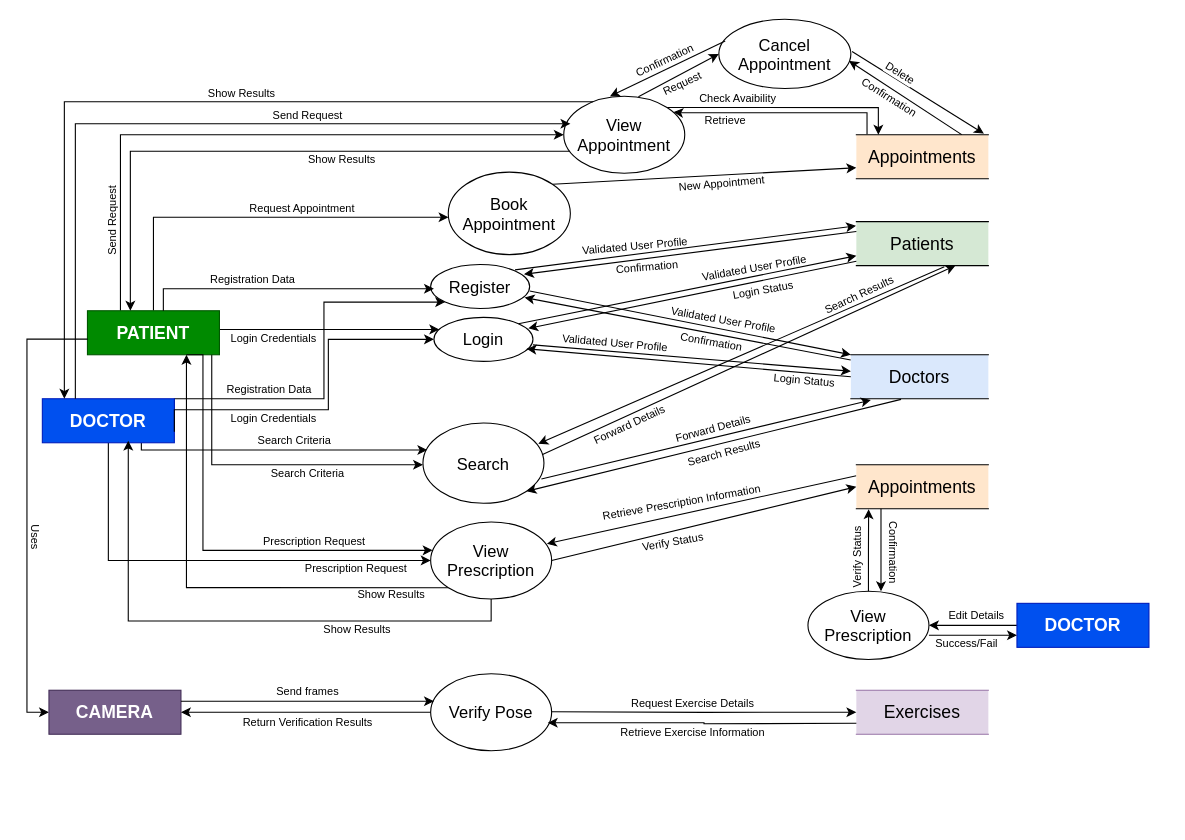
Above: FIGURES/LVL1.drawio in KshavCode/Therapease (draw.io), before the change. Source tidied: cells renumbered, new cells numbered last; positions are measured from the earlier drawing's top-left corner, leaving out a move shared by most shapes. Both pictures are drawn from the tidied source at 110%, with x=0, y=0 at pixel (26, 19).
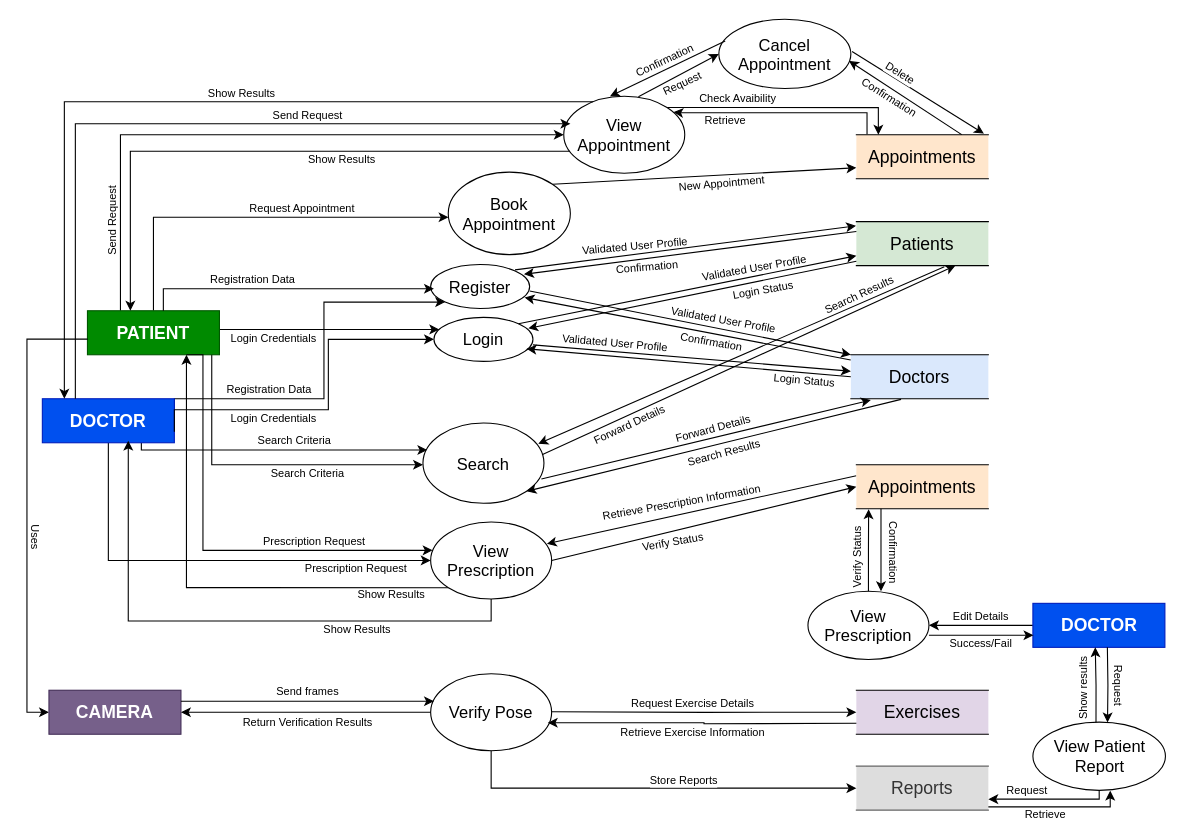
The same diagram, later.

Commit message (it also covers changes not shown here):
Changes in LVL0 (incomplete) and LVL1 diagrams

The change refers to these unchanged cells:
```xml
<mxCell id="89" value="&lt;span style=&quot;font-size: 15px;&quot;&gt;Verify Pose&lt;/span&gt;" style="ellipse;whiteSpace=wrap;html=1;" parent="1" vertex="1">
  <mxGeometry x="367" y="595" width="110" height="70" as="geometry" />
</mxCell>
```

What changed in the source:
```diff
@@
-    <mxCell id="88" value="&lt;font style=&quot;font-size: 16px;&quot;&gt;Exercises&lt;/font&gt;" style="shape=partialRectangle;whiteSpace=wrap;html=1;left=0;right=0;fillColor=#e1d5e7;strokeColor=#9673a6;fillStyle=auto;fontSize=14;" parent="1" vertex="1">
+    <mxCell id="88" value="&lt;font style=&quot;font-size: 16px;&quot;&gt;Exercises&lt;/font&gt;" style="shape=partialRectangle;whiteSpace=wrap;html=1;left=0;right=0;fillColor=#e1d5e7;strokeColor=#000000;fillStyle=auto;fontSize=14;" parent="1" vertex="1">
       <mxGeometry x="754" y="610" width="120" height="40" as="geometry" />
     </mxCell>
@@
     <mxCell id="101" value="&lt;font style=&quot;font-size: 16px;&quot;&gt;&lt;b style=&quot;&quot;&gt;DOCTOR&lt;/b&gt;&lt;/font&gt;" style="rounded=0;whiteSpace=wrap;html=1;fillColor=#0050ef;fontColor=#ffffff;strokeColor=#001DBC;" parent="1" vertex="1">
-      <mxGeometry x="900" y="531" width="120" height="40" as="geometry" />
+      <mxGeometry x="914.5" y="531" width="120" height="40" as="geometry" />
     </mxCell>
@@
     <mxCell id="104" value="Edit Details" style="edgeLabel;html=1;align=center;verticalAlign=bottom;fontSize=10;labelPosition=center;verticalLabelPosition=top;textShadow=0;labelBorderColor=none;rotation=0;" parent="1" vertex="1">
-      <mxGeometry x="870" y="518" as="geometry">
+      <mxGeometry x="874" y="519" as="geometry">
         <mxPoint x="-8" y="32" as="offset" />
       </mxGeometry>
     </mxCell>
@@
-    <mxCell id="108" style="edgeStyle=orthogonalEdgeStyle;rounded=0;orthogonalLoop=1;jettySize=auto;html=1;exitX=0;exitY=0.5;exitDx=0;exitDy=0;entryX=1;entryY=0.5;entryDx=0;entryDy=0;" parent="1" edge="1">
+    <mxCell id="108" style="edgeStyle=orthogonalEdgeStyle;rounded=0;orthogonalLoop=1;jettySize=auto;html=1;exitX=0;exitY=0.5;exitDx=0;exitDy=0;" parent="1" edge="1">
       <mxGeometry relative="1" as="geometry">
         <mxPoint x="820" y="560" as="sourcePoint" />
-        <mxPoint x="900" y="560" as="targetPoint" />
-        <Array as="points">
-          <mxPoint x="900" y="560" />
-        </Array>
+        <mxPoint x="915" y="560" as="targetPoint" />
       </mxGeometry>
     </mxCell>
     <mxCell id="109" value="Success/Fail" style="edgeLabel;html=1;align=center;verticalAlign=bottom;fontSize=10;labelPosition=center;verticalLabelPosition=top;textShadow=0;labelBorderColor=none;rotation=0;" parent="1" vertex="1">
-      <mxGeometry x="861" y="543" as="geometry">
+      <mxGeometry x="874" y="543" as="geometry">
         <mxPoint x="-8" y="32" as="offset" />
       </mxGeometry>
     </mxCell>
+    <mxCell id="110" value="&lt;font style=&quot;font-size: 16px;&quot;&gt;Reports&lt;/font&gt;" style="shape=partialRectangle;whiteSpace=wrap;html=1;left=0;right=0;fillColor=#DDDDDD;strokeColor=#666666;fillStyle=auto;fontSize=14;fontColor=#333333;" parent="1" vertex="1">
+      <mxGeometry x="754" y="679" width="120" height="40" as="geometry" />
+    </mxCell>
+    <mxCell id="111" style="edgeStyle=orthogonalEdgeStyle;rounded=0;jettySize=auto;html=1;exitX=0.5;exitY=1;exitDx=0;exitDy=0;entryX=0;entryY=0.5;entryDx=0;entryDy=0;" parent="1" edge="1" source="89" target="110">
+      <mxGeometry relative="1" as="geometry" />
+    </mxCell>
+    <mxCell id="112" value="Store Reports" style="edgeLabel;html=1;align=center;verticalAlign=bottom;fontSize=10;labelPosition=center;verticalLabelPosition=top;textShadow=0;labelBorderColor=none;" parent="1" vertex="1">
+      <mxGeometry x="582" y="678" as="geometry">
+        <mxPoint x="14" y="22" as="offset" />
+      </mxGeometry>
+    </mxCell>
+    <mxCell id="113" style="edgeStyle=orthogonalEdgeStyle;rounded=0;jettySize=auto;html=1;exitX=0.476;exitY=0.019;exitDx=0;exitDy=0;entryX=0.5;entryY=1;entryDx=0;entryDy=0;exitPerimeter=0;" parent="1" edge="1" source="115">
+      <mxGeometry relative="1" as="geometry">
+        <mxPoint x="971.2" y="571" as="targetPoint" />
+      </mxGeometry>
+    </mxCell>
+    <mxCell id="114" style="edgeStyle=orthogonalEdgeStyle;rounded=0;jettySize=auto;html=1;exitX=0.5;exitY=1;exitDx=0;exitDy=0;entryX=1;entryY=0.75;entryDx=0;entryDy=0;" parent="1" edge="1" source="115" target="110">
+      <mxGeometry relative="1" as="geometry">
+        <Array as="points">
+          <mxPoint x="975" y="709" />
+        </Array>
+      </mxGeometry>
+    </mxCell>
+    <mxCell id="115" value="&lt;span style=&quot;font-size: 15px;&quot;&gt;View Patient&lt;/span&gt;&lt;div&gt;&lt;span style=&quot;font-size: 15px;&quot;&gt;Report&lt;/span&gt;&lt;/div&gt;" style="ellipse;whiteSpace=wrap;html=1;" parent="1" vertex="1">
+      <mxGeometry x="914.5" y="639" width="120.5" height="62" as="geometry" />
+    </mxCell>
+    <mxCell id="116" style="edgeStyle=orthogonalEdgeStyle;rounded=0;jettySize=auto;html=1;exitX=0.5;exitY=0;exitDx=0;exitDy=0;entryX=0.563;entryY=0.004;entryDx=0;entryDy=0;entryPerimeter=0;" parent="1" edge="1" target="115">
+      <mxGeometry relative="1" as="geometry">
+        <mxPoint x="982.2" y="571" as="sourcePoint" />
+      </mxGeometry>
+    </mxCell>
+    <mxCell id="117" value="Show results" style="edgeLabel;html=1;align=center;verticalAlign=bottom;fontSize=10;labelPosition=center;verticalLabelPosition=top;textShadow=0;labelBorderColor=none;rotation=270;" parent="1" vertex="1">
+      <mxGeometry x="936" y="601" as="geometry">
+        <mxPoint x="-8" y="32" as="offset" />
+      </mxGeometry>
+    </mxCell>
+    <mxCell id="118" value="Request" style="edgeLabel;html=1;align=center;verticalAlign=bottom;fontSize=10;labelPosition=center;verticalLabelPosition=top;textShadow=0;labelBorderColor=none;rotation=90;" parent="1" vertex="1">
+      <mxGeometry x="1016" y="613" as="geometry">
+        <mxPoint x="-8" y="31" as="offset" />
+      </mxGeometry>
+    </mxCell>
+    <mxCell id="119" style="edgeStyle=orthogonalEdgeStyle;rounded=0;jettySize=auto;html=1;exitX=0.5;exitY=1;exitDx=0;exitDy=0;entryX=0.583;entryY=1.004;entryDx=0;entryDy=0;entryPerimeter=0;" parent="1" edge="1" target="115">
+      <mxGeometry relative="1" as="geometry">
+        <mxPoint x="874" y="716" as="sourcePoint" />
+        <Array as="points">
+          <mxPoint x="985" y="716" />
+        </Array>
+      </mxGeometry>
+    </mxCell>
+    <mxCell id="120" value="Request" style="edgeLabel;html=1;align=center;verticalAlign=bottom;fontSize=10;labelPosition=center;verticalLabelPosition=top;textShadow=0;labelBorderColor=none;rotation=0;" parent="1" vertex="1">
+      <mxGeometry x="916.5" y="678" as="geometry">
+        <mxPoint x="-8" y="31" as="offset" />
+      </mxGeometry>
+    </mxCell>
+    <mxCell id="121" value="Retrieve&amp;nbsp;" style="edgeLabel;html=1;align=center;verticalAlign=bottom;fontSize=10;labelPosition=center;verticalLabelPosition=top;textShadow=0;labelBorderColor=none;rotation=0;" parent="1" vertex="1">
+      <mxGeometry x="934" y="700" as="geometry">
+        <mxPoint x="-8" y="31" as="offset" />
+      </mxGeometry>
+    </mxCell>
```
